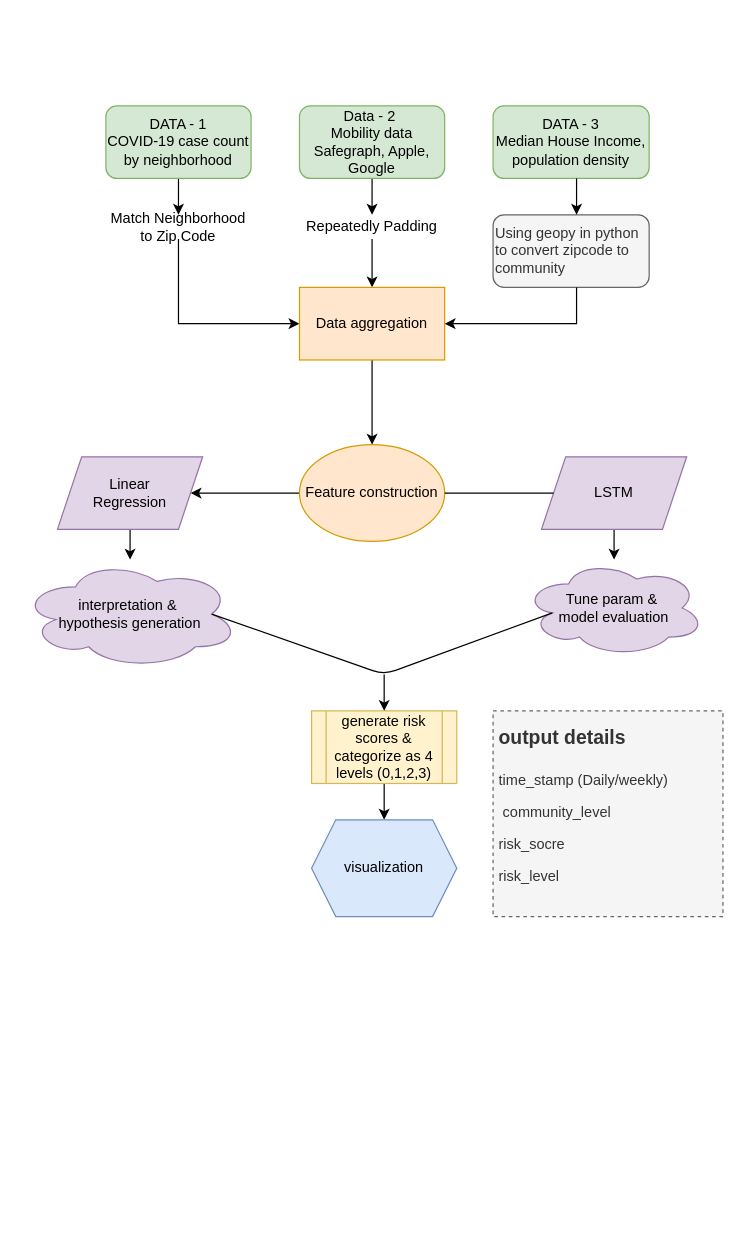
sli525/rmds-lab-team3-project keeps this draw.io diagram as RMDS_Workflow.drawio. Above is the earlier version. Source tidied: cells renumbered, new cells numbered last; positions are measured from the earlier drawing's top-left corner, leaving out a move shared by most shapes. Both pictures are drawn from the tidied source at 121%, with x=0, y=0 at pixel (21, 105).
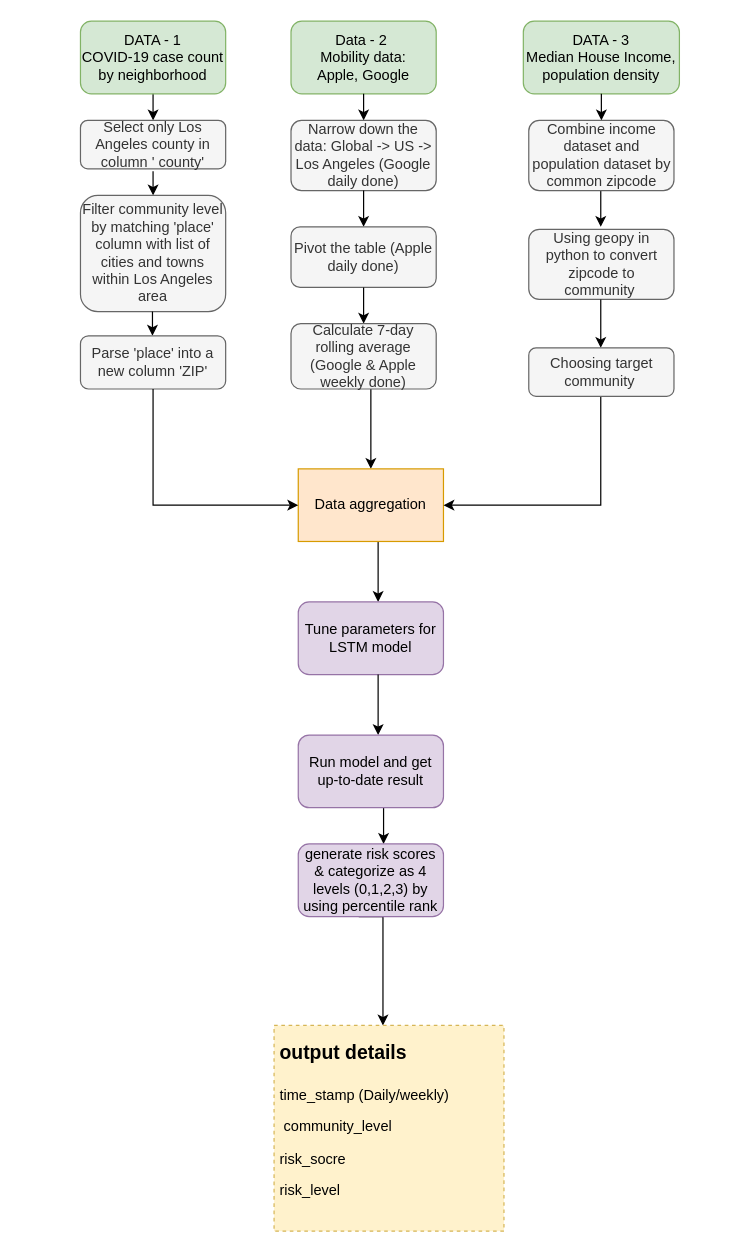
The same page after the edit.

The edit, as a diff of the source:
```diff
@@
-    <mxCell id="2" style="edgeStyle=orthogonalEdgeStyle;rounded=0;jettySize=auto;html=1;" parent="1" edge="1" source="3" target="10">
-      <mxGeometry relative="1" as="geometry" />
-    </mxCell>
-    <mxCell id="3" value="Data - 2&amp;nbsp;&lt;br&gt;Mobility data&lt;br&gt;Safegraph, Apple, Google" style="rounded=1;whiteSpace=wrap;html=1;fillColor=#d5e8d4;strokeColor=#82b366;" parent="1" vertex="1">
-      <mxGeometry x="230" width="120" height="60" as="geometry" />
+    <mxCell id="3" value="Data - 2&amp;nbsp;&lt;br&gt;Mobility data: &lt;br&gt;Apple, Google" style="rounded=1;whiteSpace=wrap;html=1;fillColor=#d5e8d4;strokeColor=#82b366;" parent="1" vertex="1">
+      <mxGeometry x="223" y="-70" width="120" height="60" as="geometry" />
     </mxCell>
-    <mxCell id="4" style="edgeStyle=orthogonalEdgeStyle;rounded=0;jettySize=auto;html=1;" parent="1" edge="1" source="5" target="8">
-      <mxGeometry relative="1" as="geometry" />
+    <mxCell id="4" style="edgeStyle=orthogonalEdgeStyle;rounded=0;orthogonalLoop=1;jettySize=auto;html=1;" parent="1" edge="1">
+      <mxGeometry relative="1" as="geometry">
+        <mxPoint x="109" y="-28" as="sourcePoint" />
+        <mxPoint x="109" y="12" as="targetPoint" />
+        <Array as="points">
+          <mxPoint x="109" y="12" />
+          <mxPoint x="109" y="12" />
+        </Array>
+      </mxGeometry>
     </mxCell>
     <mxCell id="5" value="DATA - 1&lt;br&gt;COVID-19 case count by neighborhood" style="rounded=1;whiteSpace=wrap;html=1;fillColor=#d5e8d4;strokeColor=#82b366;" parent="1" vertex="1">
-      <mxGeometry x="70" width="120" height="60" as="geometry" />
+      <mxGeometry x="49" y="-70" width="120" height="60" as="geometry" />
     </mxCell>
     <mxCell id="6" value="DATA - 3&lt;br&gt;Median House Income, population density" style="rounded=1;whiteSpace=wrap;html=1;fillColor=#d5e8d4;strokeColor=#82b366;" parent="1" vertex="1">
-      <mxGeometry x="390" width="129" height="60" as="geometry" />
+      <mxGeometry x="415" y="-70" width="129" height="60" as="geometry" />
     </mxCell>
-    <mxCell id="7" style="edgeStyle=orthogonalEdgeStyle;rounded=0;jettySize=auto;html=1;exitX=0.5;exitY=1;exitDx=0;exitDy=0;entryX=0;entryY=0.5;entryDx=0;entryDy=0;" parent="1" edge="1" source="8" target="12">
-      <mxGeometry relative="1" as="geometry" />
-    </mxCell>
-    <mxCell id="8" value="Match Neighborhood to Zip Code" style="text;html=1;strokeColor=none;fillColor=none;align=center;verticalAlign=middle;whiteSpace=wrap;rounded=0;" parent="1" vertex="1">
-      <mxGeometry x="70" y="90" width="120" height="20" as="geometry" />
-    </mxCell>
-    <mxCell id="9" style="edgeStyle=orthogonalEdgeStyle;rounded=0;jettySize=auto;html=1;" parent="1" edge="1" source="10" target="12">
-      <mxGeometry relative="1" as="geometry" />
+    <mxCell id="9" style="edgeStyle=orthogonalEdgeStyle;rounded=0;jettySize=auto;html=1;" parent="1" edge="1" target="12">
+      <mxGeometry relative="1" as="geometry">
+        <mxPoint x="290" y="210" as="sourcePoint" />
+        <Array as="points">
+          <mxPoint x="289" y="210" />
+        </Array>
+      </mxGeometry>
     </mxCell>
-    <mxCell id="10" value="Repeatedly Padding" style="text;html=1;strokeColor=none;fillColor=none;align=center;verticalAlign=middle;whiteSpace=wrap;rounded=0;" parent="1" vertex="1">
-      <mxGeometry x="230" y="90" width="120" height="20" as="geometry" />
-    </mxCell>
-    <mxCell id="11" style="edgeStyle=orthogonalEdgeStyle;rounded=0;jettySize=auto;html=1;" parent="1" edge="1" source="12" target="14">
-      <mxGeometry relative="1" as="geometry" />
+    <mxCell id="11" style="edgeStyle=orthogonalEdgeStyle;rounded=0;jettySize=auto;html=1;" parent="1" edge="1" source="12">
+      <mxGeometry relative="1" as="geometry">
+        <mxPoint x="295" y="410" as="targetPoint" />
+        <Array as="points">
+          <mxPoint x="295" y="400" />
+          <mxPoint x="295" y="400" />
+        </Array>
+      </mxGeometry>
     </mxCell>
     <mxCell id="12" value="Data aggregation" style="rounded=0;whiteSpace=wrap;html=1;fillColor=#ffe6cc;strokeColor=#d79b00;" parent="1" vertex="1">
-      <mxGeometry x="230" y="150" width="120" height="60" as="geometry" />
+      <mxGeometry x="229" y="300" width="120" height="60" as="geometry" />
     </mxCell>
-    <mxCell id="13" style="edgeStyle=orthogonalEdgeStyle;rounded=0;jettySize=auto;html=1;" parent="1" edge="1" source="14" target="16">
-      <mxGeometry relative="1" as="geometry" />
-    </mxCell>
-    <mxCell id="14" value="Feature construction" style="ellipse;whiteSpace=wrap;html=1;rounded=0;fillColor=#ffe6cc;strokeColor=#d79b00;" parent="1" vertex="1">
-      <mxGeometry x="230" y="280" width="120" height="80" as="geometry" />
-    </mxCell>
-    <mxCell id="15" style="edgeStyle=orthogonalEdgeStyle;rounded=0;jettySize=auto;html=1;" parent="1" edge="1" source="16" target="20">
-      <mxGeometry relative="1" as="geometry" />
-    </mxCell>
-    <mxCell id="16" value="Linear &lt;br&gt;Regression" style="shape=parallelogram;perimeter=parallelogramPerimeter;whiteSpace=wrap;html=1;fixedSize=1;rounded=0;fillColor=#e1d5e7;strokeColor=#9673a6;" parent="1" vertex="1">
-      <mxGeometry x="30" y="290" width="120" height="60" as="geometry" />
-    </mxCell>
-    <mxCell id="17" style="edgeStyle=orthogonalEdgeStyle;rounded=0;jettySize=auto;html=1;" parent="1" edge="1" source="18" target="21">
-      <mxGeometry relative="1" as="geometry" />
-    </mxCell>
-    <mxCell id="18" value="LSTM" style="shape=parallelogram;perimeter=parallelogramPerimeter;whiteSpace=wrap;html=1;fixedSize=1;rounded=0;fillColor=#e1d5e7;strokeColor=#9673a6;" parent="1" vertex="1">
-      <mxGeometry x="430" y="290" width="120" height="60" as="geometry" />
-    </mxCell>
-    <mxCell id="19" style="endArrow=none;html=1;entryX=0;entryY=0.5;entryDx=0;entryDy=0;exitX=1;exitY=0.5;exitDx=0;exitDy=0;" parent="1" edge="1" source="14" target="18">
-      <mxGeometry relative="1" as="geometry" />
-    </mxCell>
-    <mxCell id="20" value="interpretation &amp;amp;&amp;nbsp;&lt;br&gt;hypothesis generation" style="ellipse;shape=cloud;whiteSpace=wrap;html=1;rounded=0;fillColor=#e1d5e7;strokeColor=#9673a6;" parent="1" vertex="1">
-      <mxGeometry y="375" width="180" height="90" as="geometry" />
-    </mxCell>
-    <mxCell id="21" value="Tune param &amp;amp;&amp;nbsp;&lt;br&gt;model evaluation" style="ellipse;shape=cloud;whiteSpace=wrap;html=1;rounded=0;fillColor=#e1d5e7;strokeColor=#9673a6;" parent="1" vertex="1">
-      <mxGeometry x="415" y="375" width="150" height="80" as="geometry" />
-    </mxCell>
-    <mxCell id="22" style="endArrow=none;html=1;entryX=0.16;entryY=0.55;entryDx=0;entryDy=0;entryPerimeter=0;exitX=0.875;exitY=0.5;exitDx=0;exitDy=0;exitPerimeter=0;" parent="1" edge="1" source="20" target="21">
-      <mxGeometry relative="1" as="geometry">
-        <Array as="points">
-          <mxPoint x="300" y="470" />
-        </Array>
-      </mxGeometry>
-    </mxCell>
-    <mxCell id="23" style="edgeStyle=orthogonalEdgeStyle;rounded=0;jettySize=auto;html=1;" parent="1" edge="1" source="24" target="26">
-      <mxGeometry relative="1" as="geometry" />
-    </mxCell>
-    <mxCell id="24" value="generate risk scores &amp;amp; categorize as 4 levels (0,1,2,3)" style="shape=process;whiteSpace=wrap;html=1;backgroundOutline=1;fillColor=#fff2cc;strokeColor=#d6b656;" parent="1" vertex="1">
-      <mxGeometry x="240" y="500" width="120" height="60" as="geometry" />
-    </mxCell>
-    <mxCell id="25" style="endArrow=classic;html=1;entryX=0.5;entryY=0;entryDx=0;entryDy=0;" parent="1" edge="1" target="24">
-      <mxGeometry relative="1" as="geometry">
-        <mxPoint x="300" y="470" as="sourcePoint" />
-      </mxGeometry>
-    </mxCell>
-    <mxCell id="26" value="visualization" style="shape=hexagon;perimeter=hexagonPerimeter2;whiteSpace=wrap;html=1;fixedSize=1;fillColor=#dae8fc;strokeColor=#6c8ebf;" parent="1" vertex="1">
-      <mxGeometry x="240" y="590" width="120" height="80" as="geometry" />
-    </mxCell>
-    <mxCell id="27" value="&lt;h1&gt;&lt;font style=&quot;font-size: 16px&quot;&gt;output details&lt;/font&gt;&lt;/h1&gt;&lt;p&gt;time_stamp (Daily/weekly)&lt;/p&gt;&lt;p&gt;&lt;span&gt;&amp;nbsp;community_level&lt;/span&gt;&lt;/p&gt;&lt;p&gt;&lt;span&gt;risk_socre&lt;/span&gt;&lt;/p&gt;&lt;p&gt;&lt;span&gt;risk_level&lt;/span&gt;&lt;/p&gt;&lt;div&gt;&lt;br&gt;&lt;/div&gt;" style="text;html=1;spacing=5;spacingTop=-20;whiteSpace=wrap;overflow=hidden;rounded=0;fillColor=#f5f5f5;strokeColor=#666666;fontColor=#333333;dashed=1;" parent="1" vertex="1">
-      <mxGeometry x="390" y="500" width="190" height="170" as="geometry" />
-    </mxCell>
-    <mxCell id="28" value="Using geopy in python to convert zipcode to community&amp;nbsp;" style="rounded=1;whiteSpace=wrap;html=1;align=left;fillColor=#f5f5f5;strokeColor=#666666;fontColor=#333333;" parent="1" vertex="1">
-      <mxGeometry x="390" y="90" width="129" height="60" as="geometry" />
-    </mxCell>
     <mxCell id="29" style="edgeStyle=orthogonalEdgeStyle;rounded=0;orthogonalLoop=1;jettySize=auto;html=1;" parent="1" edge="1">
       <mxGeometry relative="1" as="geometry">
-        <mxPoint x="459" y="60" as="sourcePoint" />
-        <mxPoint x="459" y="90" as="targetPoint" />
+        <mxPoint x="479" y="70" as="sourcePoint" />
+        <mxPoint x="479" y="100" as="targetPoint" />
       </mxGeometry>
     </mxCell>
-    <mxCell id="30" style="edgeStyle=orthogonalEdgeStyle;rounded=0;jettySize=auto;html=1;entryX=1;entryY=0.5;entryDx=0;entryDy=0;" parent="1" edge="1" target="12">
+    <mxCell id="30" style="edgeStyle=orthogonalEdgeStyle;rounded=0;orthogonalLoop=1;jettySize=auto;html=1;" parent="1" edge="1">
       <mxGeometry relative="1" as="geometry">
-        <mxPoint x="459" y="150" as="sourcePoint" />
+        <mxPoint x="479" y="200" as="sourcePoint" />
+        <mxPoint x="349" y="330" as="targetPoint" />
         <Array as="points">
-          <mxPoint x="459" y="180" />
+          <mxPoint x="479" y="330" />
         </Array>
       </mxGeometry>
     </mxCell>
+    <mxCell id="31" value="Select only Los Angeles county in column ' county'" style="rounded=1;whiteSpace=wrap;html=1;align=center;fillColor=#f5f5f5;strokeColor=#666666;fontColor=#333333;" parent="1" vertex="1">
+      <mxGeometry x="49" y="12" width="120" height="40" as="geometry" />
+    </mxCell>
+    <mxCell id="32" style="edgeStyle=orthogonalEdgeStyle;rounded=0;orthogonalLoop=1;jettySize=auto;html=1;" parent="1" edge="1">
+      <mxGeometry relative="1" as="geometry">
+        <mxPoint x="109" y="54" as="sourcePoint" />
+        <mxPoint x="109" y="74" as="targetPoint" />
+        <Array as="points">
+          <mxPoint x="109" y="74" />
+          <mxPoint x="109" y="74" />
+        </Array>
+      </mxGeometry>
+    </mxCell>
+    <mxCell id="33" value="Filter community level by matching 'place' column with list of cities and towns within Los Angeles area" style="rounded=1;whiteSpace=wrap;html=1;align=center;fillColor=#f5f5f5;strokeColor=#666666;fontColor=#333333;" parent="1" vertex="1">
+      <mxGeometry x="49" y="74" width="120" height="96" as="geometry" />
+    </mxCell>
+    <mxCell id="34" style="edgeStyle=orthogonalEdgeStyle;rounded=0;orthogonalLoop=1;jettySize=auto;html=1;" parent="1" edge="1">
+      <mxGeometry relative="1" as="geometry">
+        <mxPoint x="108.5" y="170" as="sourcePoint" />
+        <mxPoint x="108.5" y="190" as="targetPoint" />
+        <Array as="points">
+          <mxPoint x="108.5" y="190" />
+          <mxPoint x="108.5" y="190" />
+        </Array>
+      </mxGeometry>
+    </mxCell>
+    <mxCell id="35" value="Parse 'place' into a new column 'ZIP'" style="rounded=1;whiteSpace=wrap;html=1;align=center;fillColor=#f5f5f5;strokeColor=#666666;fontColor=#333333;" parent="1" vertex="1">
+      <mxGeometry x="49" y="190" width="120" height="44" as="geometry" />
+    </mxCell>
+    <mxCell id="36" style="edgeStyle=orthogonalEdgeStyle;rounded=0;orthogonalLoop=1;jettySize=auto;html=1;" parent="1" edge="1">
+      <mxGeometry relative="1" as="geometry">
+        <mxPoint x="283" y="-10" as="sourcePoint" />
+        <mxPoint x="283" y="12" as="targetPoint" />
+        <Array as="points">
+          <mxPoint x="283" y="12" />
+          <mxPoint x="283" y="12" />
+        </Array>
+      </mxGeometry>
+    </mxCell>
+    <mxCell id="37" value="Narrow down the data: Global -&amp;gt; US -&amp;gt; Los Angeles (Google daily done)" style="rounded=1;whiteSpace=wrap;html=1;align=center;fillColor=#f5f5f5;strokeColor=#666666;fontColor=#333333;" parent="1" vertex="1">
+      <mxGeometry x="223" y="12" width="120" height="58" as="geometry" />
+    </mxCell>
+    <mxCell id="38" style="edgeStyle=orthogonalEdgeStyle;rounded=0;orthogonalLoop=1;jettySize=auto;html=1;" parent="1" edge="1">
+      <mxGeometry relative="1" as="geometry">
+        <mxPoint x="283" y="70" as="sourcePoint" />
+        <mxPoint x="283" y="100" as="targetPoint" />
+        <Array as="points">
+          <mxPoint x="283" y="100" />
+          <mxPoint x="283" y="100" />
+        </Array>
+      </mxGeometry>
+    </mxCell>
+    <mxCell id="39" value="Pivot the table (Apple daily done)" style="rounded=1;whiteSpace=wrap;html=1;align=center;fillColor=#f5f5f5;strokeColor=#666666;fontColor=#333333;" parent="1" vertex="1">
+      <mxGeometry x="223" y="100" width="120" height="50" as="geometry" />
+    </mxCell>
+    <mxCell id="40" style="edgeStyle=orthogonalEdgeStyle;rounded=0;jettySize=auto;html=1;entryX=0.5;entryY=0;entryDx=0;entryDy=0;" parent="1" edge="1" target="41">
+      <mxGeometry relative="1" as="geometry">
+        <mxPoint x="283" y="150" as="sourcePoint" />
+      </mxGeometry>
+    </mxCell>
+    <mxCell id="41" value="Calculate 7-day rolling average (Google &amp;amp; Apple weekly done)" style="rounded=1;whiteSpace=wrap;html=1;align=center;fillColor=#f5f5f5;strokeColor=#666666;fontColor=#333333;" parent="1" vertex="1">
+      <mxGeometry x="223" y="180" width="120" height="54" as="geometry" />
+    </mxCell>
+    <mxCell id="42" style="edgeStyle=orthogonalEdgeStyle;rounded=0;orthogonalLoop=1;jettySize=auto;html=1;" parent="1" edge="1">
+      <mxGeometry relative="1" as="geometry">
+        <mxPoint x="480" y="-10" as="sourcePoint" />
+        <mxPoint x="479.5" y="12" as="targetPoint" />
+        <Array as="points">
+          <mxPoint x="479.5" y="12" />
+          <mxPoint x="479.5" y="12" />
+        </Array>
+      </mxGeometry>
+    </mxCell>
+    <mxCell id="43" value="Combine income dataset and population dataset by common zipcode" style="rounded=1;whiteSpace=wrap;html=1;align=center;fillColor=#f5f5f5;strokeColor=#666666;fontColor=#333333;" parent="1" vertex="1">
+      <mxGeometry x="419.5" y="12" width="120" height="58" as="geometry" />
+    </mxCell>
+    <mxCell id="28" value="Using geopy in python to convert zipcode to community&amp;nbsp;" style="rounded=1;whiteSpace=wrap;html=1;align=center;fillColor=#f5f5f5;strokeColor=#666666;fontColor=#333333;" parent="1" vertex="1">
+      <mxGeometry x="419.5" y="102" width="120" height="58" as="geometry" />
+    </mxCell>
+    <mxCell id="44" style="edgeStyle=orthogonalEdgeStyle;rounded=0;orthogonalLoop=1;jettySize=auto;html=1;" parent="1" edge="1">
+      <mxGeometry relative="1" as="geometry">
+        <mxPoint x="479" y="160" as="sourcePoint" />
+        <mxPoint x="479" y="200" as="targetPoint" />
+        <Array as="points">
+          <mxPoint x="479" y="200" />
+          <mxPoint x="479" y="200" />
+        </Array>
+      </mxGeometry>
+    </mxCell>
+    <mxCell id="45" value="Choosing target community&amp;nbsp;" style="rounded=1;whiteSpace=wrap;html=1;align=center;fillColor=#f5f5f5;strokeColor=#666666;fontColor=#333333;" parent="1" vertex="1">
+      <mxGeometry x="419.5" y="200" width="120" height="40" as="geometry" />
+    </mxCell>
+    <mxCell id="46" style="endArrow=classic;html=1;edgeStyle=orthogonalEdgeStyle;entryX=0;entryY=0.5;entryDx=0;entryDy=0;exitX=0.5;exitY=1;exitDx=0;exitDy=0;rounded=0;" parent="1" edge="1" source="35" target="12">
+      <mxGeometry relative="1" as="geometry">
+        <Array as="points">
+          <mxPoint x="109" y="330" />
+          <mxPoint x="230" y="330" />
+        </Array>
+      </mxGeometry>
+    </mxCell>
+    <mxCell id="25" style="endArrow=classic;html=1;entryX=0.5;entryY=0;entryDx=0;entryDy=0;" parent="1" edge="1">
+      <mxGeometry relative="1" as="geometry">
+        <mxPoint x="299.5" y="580" as="sourcePoint" />
+        <mxPoint x="299.5" y="610" as="targetPoint" />
+      </mxGeometry>
+    </mxCell>
+    <mxCell id="23" style="edgeStyle=orthogonalEdgeStyle;rounded=0;orthogonalLoop=1;jettySize=auto;html=1;" parent="1" edge="1">
+      <mxGeometry relative="1" as="geometry">
+        <mxPoint x="279" y="670" as="sourcePoint" />
+        <mxPoint x="299" y="760" as="targetPoint" />
+        <Array as="points">
+          <mxPoint x="299" y="670" />
+        </Array>
+      </mxGeometry>
+    </mxCell>
+    <mxCell id="27" value="&lt;h1&gt;&lt;font style=&quot;font-size: 16px&quot;&gt;output details&lt;/font&gt;&lt;/h1&gt;&lt;p&gt;time_stamp (Daily/weekly)&lt;/p&gt;&lt;p&gt;&lt;span&gt;&amp;nbsp;community_level&lt;/span&gt;&lt;/p&gt;&lt;p&gt;&lt;span&gt;risk_socre&lt;/span&gt;&lt;/p&gt;&lt;p&gt;&lt;span&gt;risk_level&lt;/span&gt;&lt;/p&gt;&lt;div&gt;&lt;br&gt;&lt;/div&gt;" style="text;html=1;spacing=5;spacingTop=-20;whiteSpace=wrap;overflow=hidden;rounded=0;fillColor=#fff2cc;strokeColor=#d6b656;dashed=1;" parent="1" vertex="1">
+      <mxGeometry x="209" y="760" width="190" height="170" as="geometry" />
+    </mxCell>
+    <mxCell id="47" value="Tune parameters for LSTM model" style="rounded=1;whiteSpace=wrap;html=1;fillColor=#e1d5e7;strokeColor=#9673a6;" parent="1" vertex="1">
+      <mxGeometry x="229" y="410" width="120" height="60" as="geometry" />
+    </mxCell>
+    <mxCell id="48" style="edgeStyle=orthogonalEdgeStyle;rounded=0;orthogonalLoop=1;jettySize=auto;html=1;" parent="1" edge="1">
+      <mxGeometry relative="1" as="geometry">
+        <mxPoint x="295" y="470" as="sourcePoint" />
+        <mxPoint x="295" y="520" as="targetPoint" />
+        <Array as="points">
+          <mxPoint x="295" y="510" />
+          <mxPoint x="295" y="510" />
+        </Array>
+      </mxGeometry>
+    </mxCell>
+    <mxCell id="49" value="Run model and get up-to-date result" style="rounded=1;whiteSpace=wrap;html=1;fillColor=#e1d5e7;strokeColor=#9673a6;" parent="1" vertex="1">
+      <mxGeometry x="229" y="520" width="120" height="60" as="geometry" />
+    </mxCell>
+    <mxCell id="50" value="&lt;span style=&quot;color: rgb(0 , 0 , 0) ; font-family: &amp;#34;helvetica&amp;#34; ; font-size: 12px ; font-style: normal ; font-weight: 400 ; letter-spacing: normal ; text-align: center ; text-indent: 0px ; text-transform: none ; word-spacing: 0px ; display: inline ; float: none&quot;&gt;generate risk scores &amp;amp; categorize as 4 levels (0,1,2,3) by using percentile rank&lt;/span&gt;" style="rounded=1;whiteSpace=wrap;html=1;fillColor=#e1d5e7;strokeColor=#9673a6;" parent="1" vertex="1">
+      <mxGeometry x="229" y="610" width="120" height="60" as="geometry" />
+    </mxCell>
```
